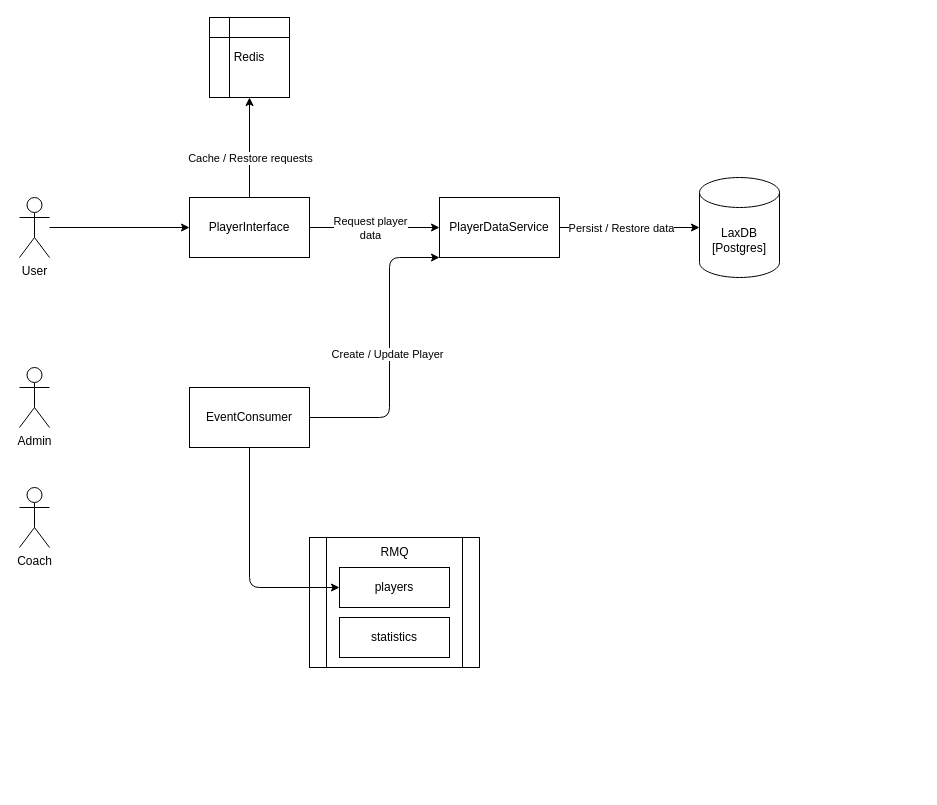
Above: page "UML" (1 of 3) of docs/clack-lax-app.drawio in zfoteff/bardown (draw.io), before the change. Source tidied: cells renumbered, new cells numbered last; positions are measured from the earlier drawing's top-left corner, leaving out a move shared by most shapes. Both pictures are drawn from the tidied source at 100%, with x=0, y=0 at pixel (19, 17).
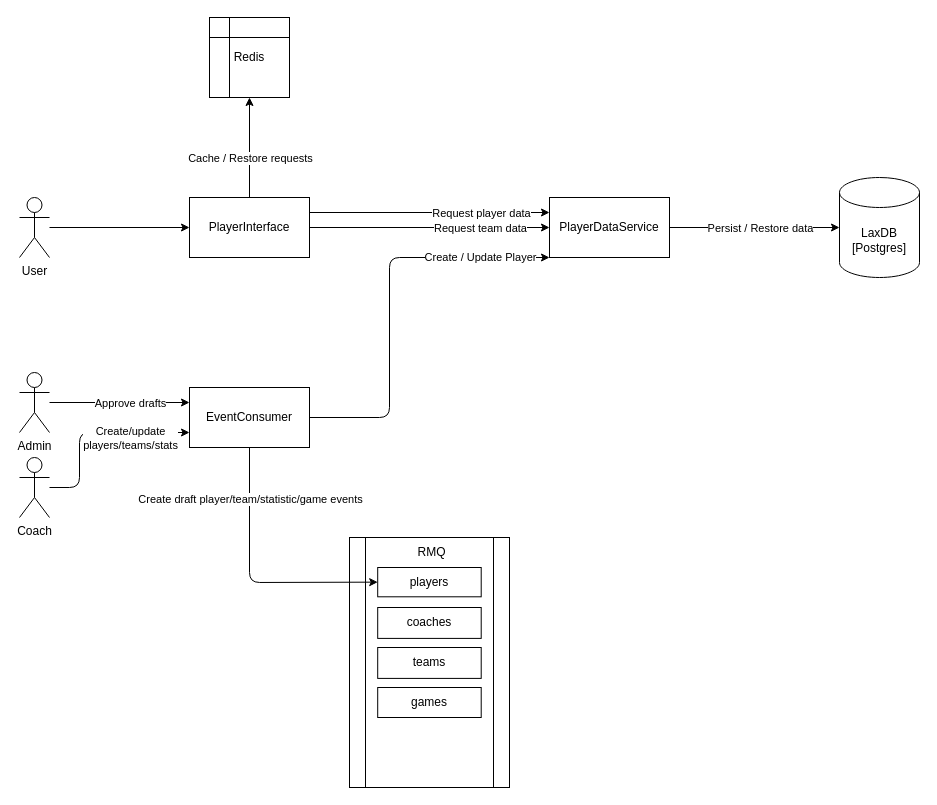
The same page after the edit.

The change refers to these unchanged cells:
```xml
<mxCell id="6" value="PlayerInterface" style="rounded=0;whiteSpace=wrap;html=1;" parent="1" vertex="1">
  <mxGeometry x="170" y="180" width="120" height="60" as="geometry" />
</mxCell>
<mxCell id="8" style="edgeStyle=none;html=1;entryX=0;entryY=0.5;entryDx=0;entryDy=0;entryPerimeter=0;" parent="1" edge="1" source="10" target="7">
  <mxGeometry relative="1" as="geometry" />
</mxCell>
<mxCell id="20" style="edgeStyle=none;html=1;entryX=0;entryY=1;entryDx=0;entryDy=0;" parent="1" edge="1" source="22" target="10">
  <mxGeometry relative="1" as="geometry">
    <Array as="points">
      <mxPoint x="370" y="400" />
      <mxPoint x="370" y="240" />
    </Array>
  </mxGeometry>
</mxCell>
<mxCell id="22" value="EventConsumer" style="rounded=0;whiteSpace=wrap;html=1;" parent="1" vertex="1">
  <mxGeometry x="170" y="370" width="120" height="60" as="geometry" />
</mxCell>
```

The edit, as a diff of the source:
```diff
@@
-    <mxCell id="2" style="edgeStyle=none;html=1;entryX=0;entryY=0.5;entryDx=0;entryDy=0;" parent="1" edge="1" source="6" target="10">
+    <mxCell id="2" style="edgeStyle=none;html=1;entryX=0;entryY=0.25;entryDx=0;entryDy=0;exitX=1;exitY=0.25;exitDx=0;exitDy=0;" parent="1" edge="1" source="6" target="10">
       <mxGeometry relative="1" as="geometry" />
     </mxCell>
-    <mxCell id="3" value="Request player&lt;br&gt;data" style="edgeLabel;html=1;align=center;verticalAlign=middle;" parent="2" vertex="1">
+    <mxCell id="3" value="Request player data" style="edgeLabel;html=1;align=center;verticalAlign=middle;" parent="2" vertex="1">
       <mxGeometry x="0.28" y="2" relative="1" as="geometry">
-        <mxPoint x="-23" y="2" as="offset" />
+        <mxPoint x="17" y="2" as="offset" />
       </mxGeometry>
     </mxCell>
@@
+    <mxCell id="25" style="edgeStyle=none;html=1;exitX=1;exitY=0.5;exitDx=0;exitDy=0;entryX=0;entryY=0.5;entryDx=0;entryDy=0;" parent="1" edge="1" source="6" target="10">
+      <mxGeometry relative="1" as="geometry" />
+    </mxCell>
+    <mxCell id="26" value="Request team data" style="edgeLabel;html=1;align=center;verticalAlign=middle;" parent="25" vertex="1">
+      <mxGeometry x="0.64" relative="1" as="geometry">
+        <mxPoint x="-27" as="offset" />
+      </mxGeometry>
+    </mxCell>
@@
     <mxCell id="7" value="LaxDB&lt;br&gt;[Postgres]" style="shape=cylinder3;whiteSpace=wrap;html=1;boundedLbl=1;backgroundOutline=1;size=15;" parent="1" vertex="1">
-      <mxGeometry x="680" y="160" width="80" height="100" as="geometry" />
+      <mxGeometry x="820" y="160" width="80" height="100" as="geometry" />
     </mxCell>
@@
     <mxCell id="9" value="Persist / Restore data" style="edgeLabel;html=1;align=center;verticalAlign=middle;" parent="8" vertex="1">
       <mxGeometry x="-0.22" y="-1" relative="1" as="geometry">
-        <mxPoint x="6" y="-1" as="offset" />
+        <mxPoint x="24" y="-1" as="offset" />
       </mxGeometry>
     </mxCell>
     <mxCell id="10" value="PlayerDataService" style="rounded=0;whiteSpace=wrap;html=1;" parent="1" vertex="1">
-      <mxGeometry x="420" y="180" width="120" height="60" as="geometry" />
+      <mxGeometry x="530" y="180" width="120" height="60" as="geometry" />
     </mxCell>
@@
     <mxCell id="13" style="group;" parent="1" vertex="1">
-      <mxGeometry x="290" y="520" width="170" height="130" as="geometry" />
+      <mxGeometry x="330" y="520" width="160" height="250" as="geometry" />
     </mxCell>
     <mxCell id="14" style="shape=process;whiteSpace=wrap;html=1;backgroundOutline=1;" parent="13" vertex="1">
-      <mxGeometry width="170" height="130" as="geometry" />
+      <mxGeometry width="160" height="250" as="geometry" />
     </mxCell>
     <mxCell id="15" value="RMQ" style="text;html=1;align=center;verticalAlign=middle;strokeColor=none;fillColor=none;" parent="13" vertex="1">
-      <mxGeometry x="60" width="50" height="30" as="geometry" />
+      <mxGeometry x="56.5" width="50" height="30" as="geometry" />
     </mxCell>
     <mxCell id="16" value="players" style="rounded=0;whiteSpace=wrap;html=1;" parent="13" vertex="1">
-      <mxGeometry x="30" y="30" width="110" height="40" as="geometry" />
+      <mxGeometry x="28.2" y="30" width="103.5" height="29.3" as="geometry" />
     </mxCell>
-    <mxCell id="17" value="statistics" style="whiteSpace=wrap;html=1;" parent="13" vertex="1">
-      <mxGeometry x="30" y="80" width="110" height="40" as="geometry" />
+    <mxCell id="17" value="coaches" style="whiteSpace=wrap;html=1;" parent="13" vertex="1">
+      <mxGeometry x="28.2" y="70" width="103.5" height="30.9" as="geometry" />
     </mxCell>
+    <mxCell id="27" value="teams" style="whiteSpace=wrap;html=1;" parent="13" vertex="1">
+      <mxGeometry x="28.2" y="110" width="103.5" height="30.9" as="geometry" />
+    </mxCell>
+    <mxCell id="28" value="games" style="whiteSpace=wrap;html=1;" parent="13" vertex="1">
+      <mxGeometry x="28.2" y="150" width="103.5" height="30" as="geometry" />
+    </mxCell>
@@
     <mxCell id="19" style="edgeStyle=none;html=1;entryX=0;entryY=0.5;entryDx=0;entryDy=0;" parent="1" edge="1" source="22" target="16">
       <mxGeometry relative="1" as="geometry">
         <Array as="points">
-          <mxPoint x="230" y="570" />
+          <mxPoint x="230" y="565" />
         </Array>
       </mxGeometry>
     </mxCell>
+    <mxCell id="29" value="Create draft player/team/statistic/game events" style="edgeLabel;html=1;align=center;verticalAlign=middle;" parent="19" vertex="1">
+      <mxGeometry x="-0.61" relative="1" as="geometry" />
+    </mxCell>
@@
     <mxCell id="21" value="Create / Update Player" style="edgeLabel;html=1;align=center;verticalAlign=middle;" parent="20" vertex="1">
-      <mxGeometry x="-0.01" y="3" relative="1" as="geometry" />
+      <mxGeometry x="-0.01" y="3" relative="1" as="geometry">
+        <mxPoint x="93" y="-43" as="offset" />
+      </mxGeometry>
     </mxCell>
@@
+    <mxCell id="30" style="edgeStyle=none;html=1;entryX=0;entryY=0.25;entryDx=0;entryDy=0;" parent="1" edge="1" source="23" target="22">
+      <mxGeometry relative="1" as="geometry" />
+    </mxCell>
+    <mxCell id="31" value="Approve drafts" style="edgeLabel;html=1;align=center;verticalAlign=middle;" parent="30" vertex="1">
+      <mxGeometry x="-0.41" y="-2" relative="1" as="geometry">
+        <mxPoint x="39" y="-2" as="offset" />
+      </mxGeometry>
+    </mxCell>
     <mxCell id="23" value="Admin" style="shape=umlActor;verticalLabelPosition=bottom;verticalAlign=top;html=1;outlineConnect=0;" parent="1" vertex="1">
-      <mxGeometry y="350" width="30" height="60" as="geometry" />
+      <mxGeometry y="355" width="30" height="60" as="geometry" />
     </mxCell>
+    <mxCell id="32" style="edgeStyle=none;html=1;entryX=0;entryY=0.75;entryDx=0;entryDy=0;" parent="1" edge="1" source="24" target="22">
+      <mxGeometry relative="1" as="geometry">
+        <Array as="points">
+          <mxPoint x="60" y="470" />
+          <mxPoint x="60" y="415" />
+        </Array>
+      </mxGeometry>
+    </mxCell>
+    <mxCell id="33" value="Create/update &lt;br&gt;players/teams/stats" style="edgeLabel;html=1;align=center;verticalAlign=middle;" parent="32" vertex="1">
+      <mxGeometry x="0.22" y="-1" relative="1" as="geometry">
+        <mxPoint x="16" y="4" as="offset" />
+      </mxGeometry>
+    </mxCell>
     <mxCell id="24" value="Coach" style="shape=umlActor;verticalLabelPosition=bottom;verticalAlign=top;html=1;outlineConnect=0;" parent="1" vertex="1">
-      <mxGeometry y="470" width="30" height="60" as="geometry" />
+      <mxGeometry y="440" width="30" height="60" as="geometry" />
     </mxCell>
```
